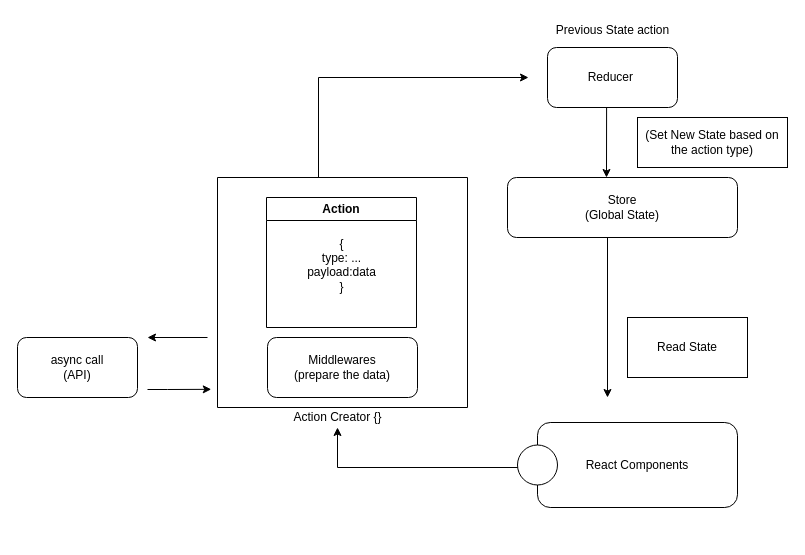
Mr-Raizada/Mr-Raizada keeps this draw.io diagram as wireframe.drawio. Above is the earlier version. Source tidied: cells renumbered, new cells numbered last; positions are measured from the earlier drawing's top-left corner, leaving out a move shared by most shapes. Both pictures are drawn from the tidied source at 100%, with x=0, y=0 at pixel (17, 17).
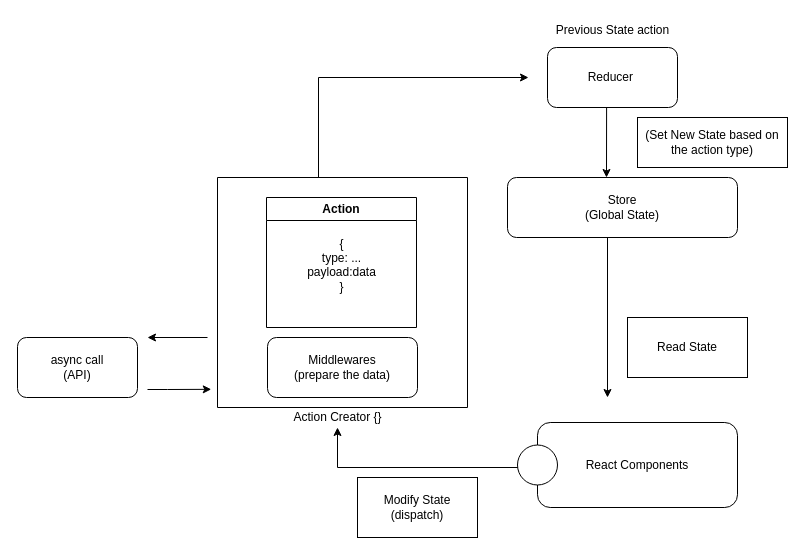
The same page after the edit.

What changed in the source:
```diff
@@
+    <mxCell id="21" value="Modify State (dispatch)" style="whiteSpace=wrap;html=1;" parent="1" vertex="1">
+      <mxGeometry x="340" y="460" width="120" height="60" as="geometry" />
+    </mxCell>
```
